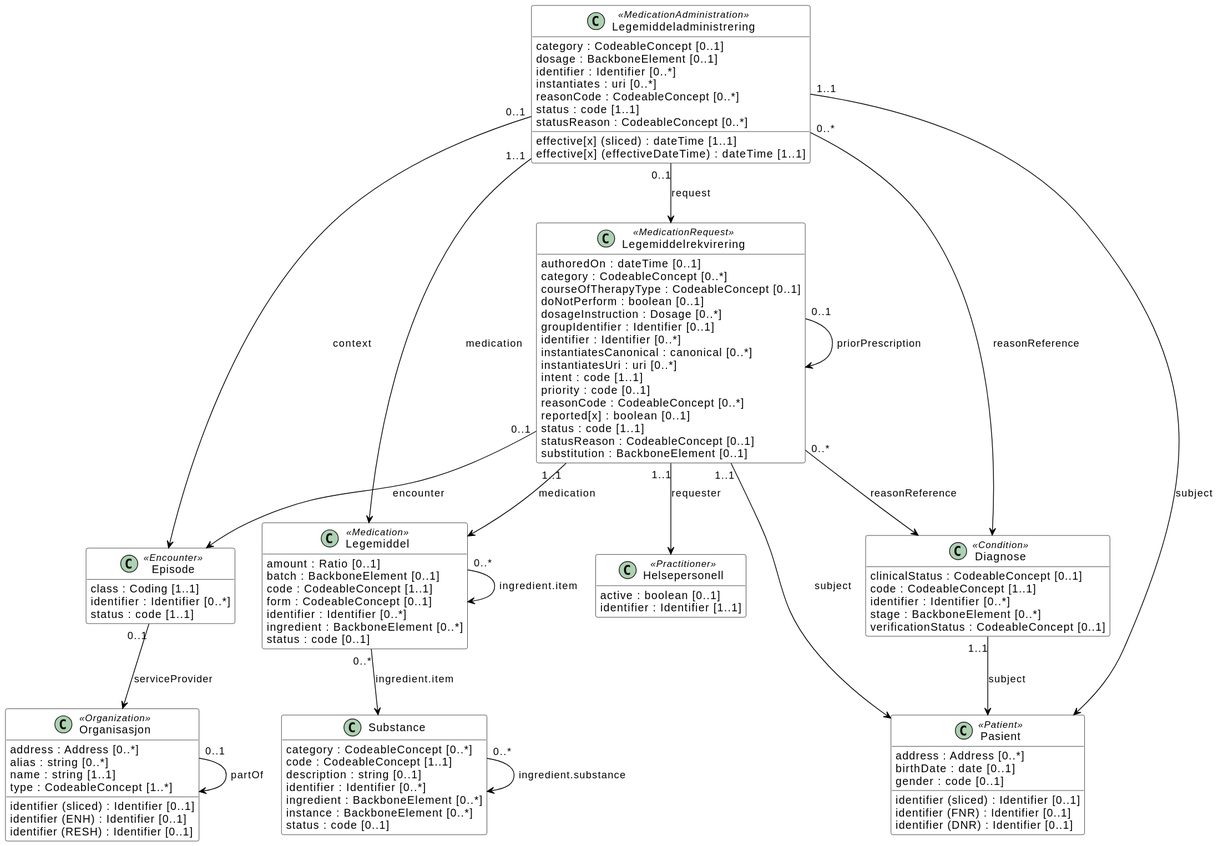
folkehelseinstituttet/LMDI keeps this PlantUML diagram as informasjonsmodell.svg. Above is the earlier version.
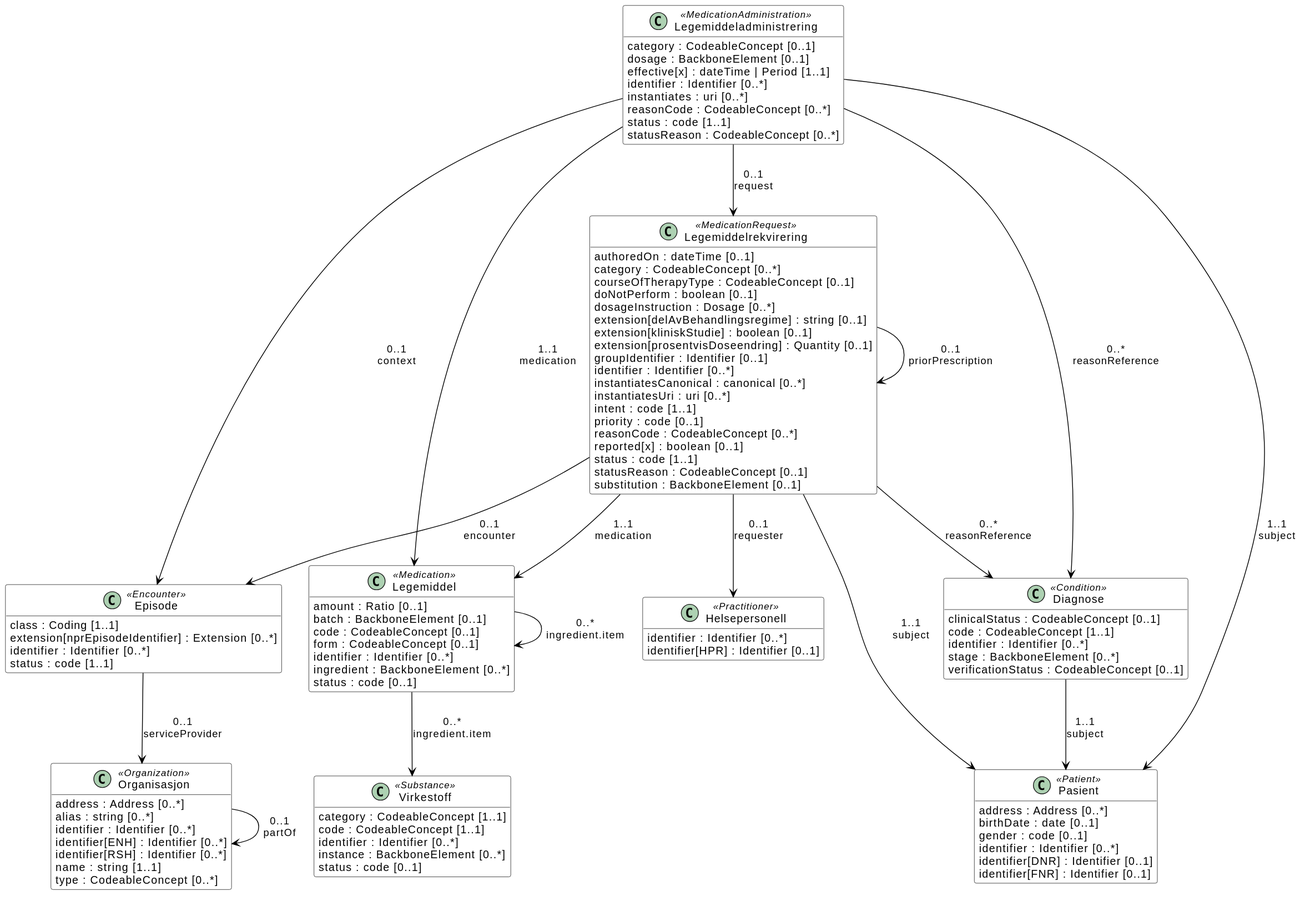
The same file after the commit.

Change to the diagram source:
```diff
@@ -15,13 +15,14 @@
 }
 class Episode <<Encounter>> [[https://folkehelseinstituttet.github.io/LMDI/StructureDefinition-lmdi-encounter.html Episode _blank]] {
     class : Coding [1..1]
+    extension[nprEpisodeIdentifier] : Extension [0..*]
     identifier : Identifier [0..*]
     status : code [1..1]
 }
 class Legemiddel <<Medication>> [[https://folkehelseinstituttet.github.io/LMDI/StructureDefinition-lmdi-medication.html Legemiddel _blank]] {
     amount : Ratio [0..1]
     batch : BackboneElement [0..1]
-    code : CodeableConcept [1..1]
+    code : CodeableConcept [0..1]
     form : CodeableConcept [0..1]
     identifier : Identifier [0..*]
     ingredient : BackboneElement [0..*]
@@ -30,8 +31,7 @@
 class Legemiddeladministrering <<MedicationAdministration>> [[https://folkehelseinstituttet.github.io/LMDI/StructureDefinition-lmdi-medicationadministration.html Legemiddeladministrering _blank]] {
     category : CodeableConcept [0..1]
     dosage : BackboneElement [0..1]
-    effective[x] (sliced) : dateTime [1..1]
-    effective[x] (effectiveDateTime) : dateTime [1..1]
+    effective[x] : dateTime | Period [1..1]
     identifier : Identifier [0..*]
     instantiates : uri [0..*]
     reasonCode : CodeableConcept [0..*]
@@ -44,6 +44,9 @@
     courseOfTherapyType : CodeableConcept [0..1]
     doNotPerform : boolean [0..1]
     dosageInstruction : Dosage [0..*]
+    extension[delAvBehandlingsregime] : string [0..1]
+    extension[kliniskStudie] : boolean [0..1]
+    extension[prosentvisDoseendring] : Quantity [0..1]
     groupIdentifier : Identifier [0..1]
     identifier : Identifier [0..*]
     instantiatesCanonical : canonical [0..*]
@@ -59,49 +62,46 @@
 class Organisasjon <<Organization>> [[https://folkehelseinstituttet.github.io/LMDI/StructureDefinition-lmdi-organization.html Organisasjon _blank]] {
     address : Address [0..*]
     alias : string [0..*]
-    identifier (sliced) : Identifier [0..1]
-    identifier (ENH) : Identifier [0..1]
-    identifier (RESH) : Identifier [0..1]
+    identifier : Identifier [0..*]
+    identifier[ENH] : Identifier [0..*]
+    identifier[RSH] : Identifier [0..*]
     name : string [1..1]
-    type : CodeableConcept [1..*]
+    type : CodeableConcept [0..*]
 }
 class Pasient <<Patient>> [[https://folkehelseinstituttet.github.io/LMDI/StructureDefinition-lmdi-patient.html Pasient _blank]] {
     address : Address [0..*]
     birthDate : date [0..1]
     gender : code [0..1]
-    identifier (sliced) : Identifier [0..1]
-    identifier (FNR) : Identifier [0..1]
-    identifier (DNR) : Identifier [0..1]
+    identifier : Identifier [0..*]
+    identifier[DNR] : Identifier [0..1]
+    identifier[FNR] : Identifier [0..1]
 }
 class Helsepersonell <<Practitioner>> [[https://folkehelseinstituttet.github.io/LMDI/StructureDefinition-lmdi-practitioner.html Helsepersonell _blank]] {
-    active : boolean [0..1]
-    identifier : Identifier [1..1]
+    identifier : Identifier [0..*]
+    identifier[HPR] : Identifier [0..1]
 }
-class Substance [[https://hl7.org/fhir/R4/substance.html Substance _blank]] {
-    category : CodeableConcept [0..*]
+class Virkestoff <<Substance>> [[https://folkehelseinstituttet.github.io/LMDI/StructureDefinition-lmdi-substance.html Virkestoff _blank]] {
+    category : CodeableConcept [1..1]
     code : CodeableConcept [1..1]
-    description : string [0..1]
     identifier : Identifier [0..*]
-    ingredient : BackboneElement [0..*]
     instance : BackboneElement [0..*]
     status : code [0..1]
 }
 
-Diagnose "1..1" --> Pasient : "subject"
-Episode "0..1" --> Organisasjon : "serviceProvider"
-Legemiddel "0..*" --> Substance : "ingredient.item"
-Legemiddel "0..*" --> Legemiddel : "ingredient.item"
-Legemiddeladministrering "1..1" --> Legemiddel : "medication"
-Legemiddeladministrering "1..1" --> Pasient : "subject"
-Legemiddeladministrering "0..1" --> Episode : "context"
-Legemiddeladministrering "0..*" --> Diagnose : "reasonReference"
-Legemiddeladministrering "0..1" --> Legemiddelrekvirering : "request"
-Legemiddelrekvirering "1..1" --> Legemiddel : "medication"
-Legemiddelrekvirering "1..1" --> Pasient : "subject"
-Legemiddelrekvirering "0..1" --> Episode : "encounter"
-Legemiddelrekvirering "1..1" --> Helsepersonell : "requester"
-Legemiddelrekvirering "0..*" --> Diagnose : "reasonReference"
-Legemiddelrekvirering "0..1" --> Legemiddelrekvirering : "priorPrescription"
-Organisasjon "0..1" --> Organisasjon : "partOf"
-Substance "0..*" --> Substance : "ingredient.substance"
+Diagnose --> Pasient : "1..1\nsubject"
+Episode --> Organisasjon : "0..1\nserviceProvider"
+Legemiddel --> Virkestoff : "0..*\ningredient.item"
+Legemiddel --> Legemiddel : "0..*\ningredient.item"
+Legemiddeladministrering --> Legemiddel : "1..1\nmedication"
+Legemiddeladministrering --> Pasient : "1..1\nsubject"
+Legemiddeladministrering --> Episode : "0..1\ncontext"
+Legemiddeladministrering --> Diagnose : "0..*\nreasonReference"
+Legemiddeladministrering --> Legemiddelrekvirering : "0..1\nrequest"
+Legemiddelrekvirering --> Legemiddel : "1..1\nmedication"
+Legemiddelrekvirering --> Pasient : "1..1\nsubject"
+Legemiddelrekvirering --> Episode : "0..1\nencounter"
+Legemiddelrekvirering --> Helsepersonell : "0..1\nrequester"
+Legemiddelrekvirering --> Diagnose : "0..*\nreasonReference"
+Legemiddelrekvirering --> Legemiddelrekvirering : "0..1\npriorPrescription"
+Organisasjon --> Organisasjon : "0..1\npartOf"
 @enduml
```
